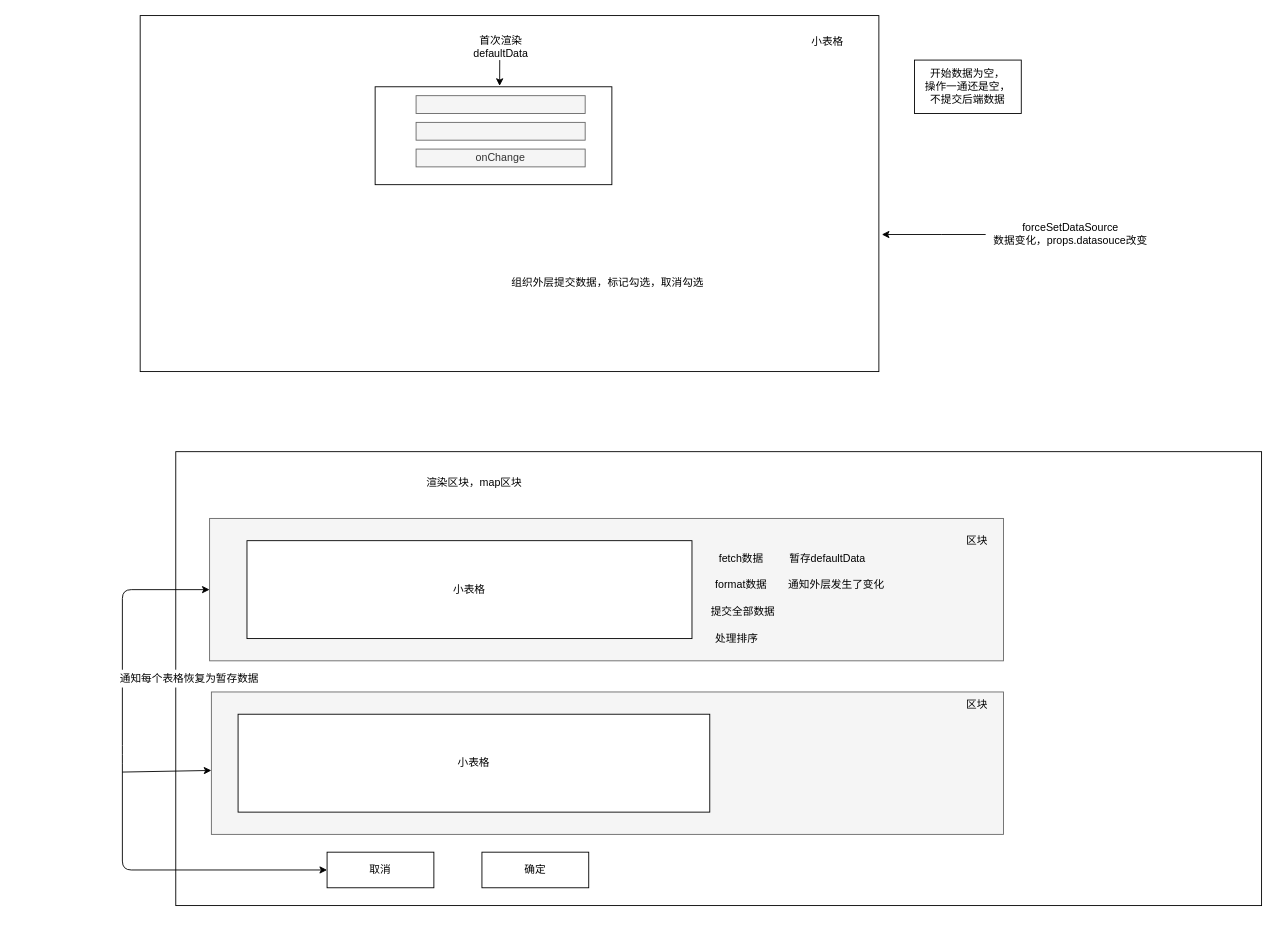
The draw.io diagram Untitled Diagram.drawio in littlelady2015/yctea, before the edit. Source tidied: cells renumbered, new cells numbered last; positions are measured from the earlier drawing's top-left corner, leaving out a move shared by most shapes. Both pictures are drawn from the tidied source at 89%, with x=0, y=0 at pixel (113, 15).
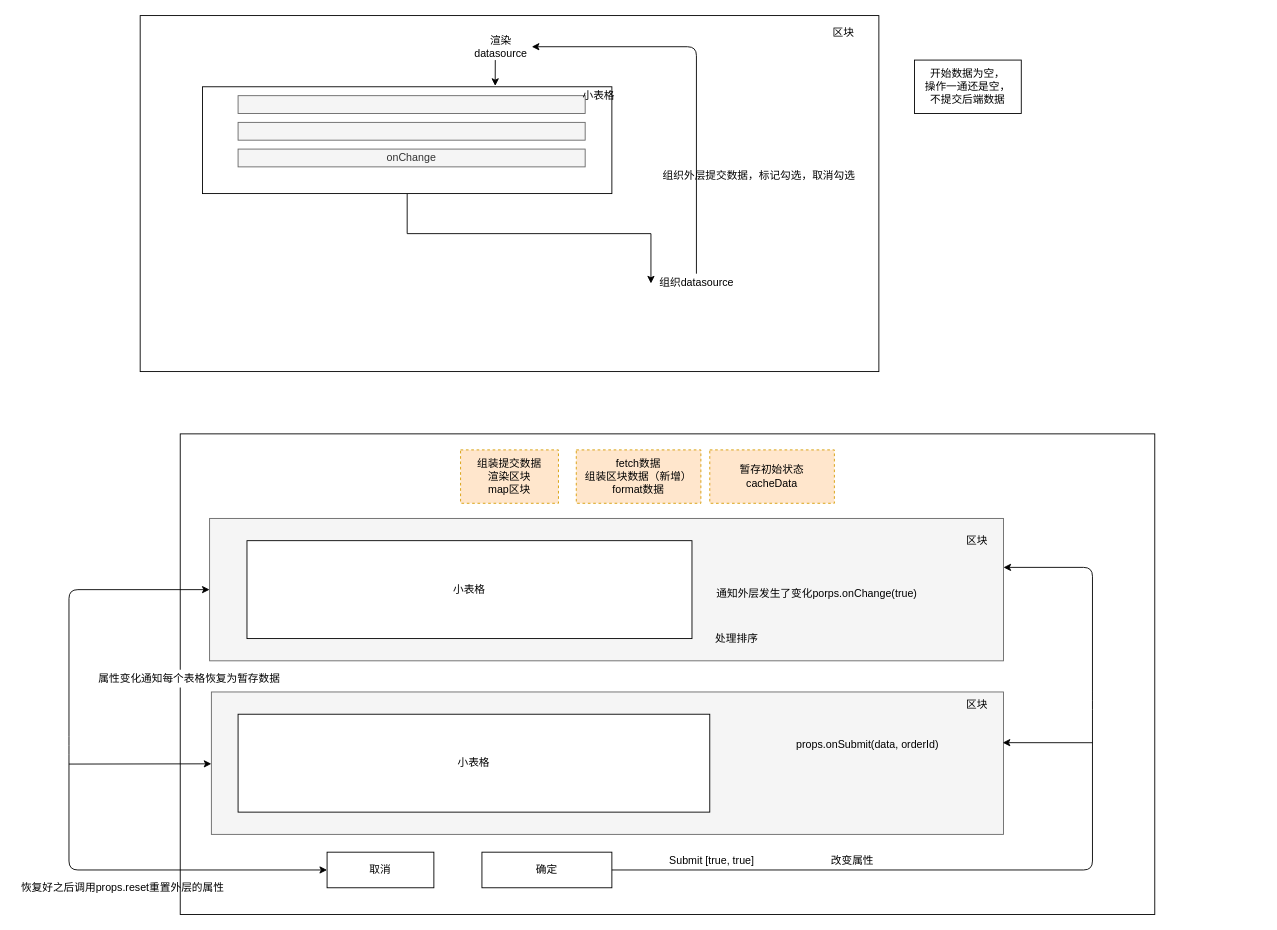
Above is the later version.

The change refers to these unchanged cells:
```xml
<mxCell id="2" style="rounded=0;whiteSpace=wrap;html=1;" parent="1" vertex="1">
  <mxGeometry x="30" width="830" height="400" as="geometry" />
</mxCell>
<mxCell id="13" style="rounded=0;whiteSpace=wrap;html=1;fillColor=#f5f5f5;strokeColor=#666666;fontColor=#333333;" parent="1" vertex="1">
  <mxGeometry x="108" y="565" width="892" height="160" as="geometry" />
</mxCell>
<mxCell id="14" style="rounded=0;whiteSpace=wrap;html=1;fillColor=#f5f5f5;strokeColor=#666666;fontColor=#333333;" parent="1" vertex="1">
  <mxGeometry x="110" y="760" width="890" height="160" as="geometry" />
</mxCell>
<mxCell id="18" value="取消" style="rounded=0;whiteSpace=wrap;html=1;" parent="1" vertex="1">
  <mxGeometry x="240" y="940" width="120" height="40" as="geometry" />
</mxCell>
```

What changed in the source:
```diff
@@
+    <mxCell id="33" style="edgeStyle=orthogonalEdgeStyle;rounded=0;jettySize=auto;html=1;exitX=0.5;exitY=1;exitDx=0;exitDy=0;entryX=-0.011;entryY=0.55;entryDx=0;entryDy=0;entryPerimeter=0;" parent="1" edge="1" source="3" target="34">
+      <mxGeometry relative="1" as="geometry" />
+    </mxCell>
     <mxCell id="3" style="rounded=0;whiteSpace=wrap;html=1;" parent="1" vertex="1">
-      <mxGeometry x="294" y="80" width="266" height="110" as="geometry" />
+      <mxGeometry x="100" y="80" width="460" height="120" as="geometry" />
     </mxCell>
     <mxCell id="4" style="rounded=0;whiteSpace=wrap;html=1;fillColor=#f5f5f5;strokeColor=#666666;fontColor=#333333;" parent="1" vertex="1">
-      <mxGeometry x="340" y="90" width="190" height="20" as="geometry" />
+      <mxGeometry x="140" y="90" width="390" height="20" as="geometry" />
     </mxCell>
     <mxCell id="5" style="rounded=0;whiteSpace=wrap;html=1;fillColor=#f5f5f5;strokeColor=#666666;fontColor=#333333;" parent="1" vertex="1">
-      <mxGeometry x="340" y="120" width="190" height="20" as="geometry" />
+      <mxGeometry x="140" y="120" width="390" height="20" as="geometry" />
     </mxCell>
     <mxCell id="6" value="onChange" style="rounded=0;whiteSpace=wrap;html=1;fillColor=#f5f5f5;strokeColor=#666666;fontColor=#333333;" parent="1" vertex="1">
-      <mxGeometry x="340" y="150" width="190" height="20" as="geometry" />
+      <mxGeometry x="140" y="150" width="390" height="20" as="geometry" />
     </mxCell>
     <mxCell id="7" style="endArrow=classic;html=1;entryX=0.526;entryY=-0.027;entryDx=0;entryDy=0;entryPerimeter=0;" parent="1" edge="1">
       <mxGeometry relative="1" as="geometry">
-        <mxPoint x="434" y="50" as="sourcePoint" />
-        <mxPoint x="433.9" y="79" as="targetPoint" />
+        <mxPoint x="429" y="50" as="sourcePoint" />
+        <mxPoint x="428.9" y="79" as="targetPoint" />
       </mxGeometry>
     </mxCell>
-    <mxCell id="8" value="首次渲染&lt;br&gt;defaultData" style="text;html=1;align=center;verticalAlign=middle;points=[];strokeColor=none;" parent="1" vertex="1">
-      <mxGeometry x="395" y="20" width="80" height="30" as="geometry" />
+    <mxCell id="8" value="渲染&lt;br&gt;datasource" style="text;html=1;align=center;verticalAlign=middle;points=[];strokeColor=none;" parent="1" vertex="1">
+      <mxGeometry x="400" y="20" width="70" height="30" as="geometry" />
     </mxCell>
     <mxCell id="9" value="组织外层提交数据，标记勾选，取消勾选" style="text;html=1;align=center;verticalAlign=middle;strokeColor=none;" parent="1" vertex="1">
-      <mxGeometry x="440" y="290" width="230" height="20" as="geometry" />
+      <mxGeometry x="610" y="170" width="230" height="20" as="geometry" />
     </mxCell>
@@
     <mxCell id="11" value="小表格" style="text;html=1;align=center;verticalAlign=middle;strokeColor=none;" parent="1" vertex="1">
-      <mxGeometry x="777" y="20" width="50" height="20" as="geometry" />
+      <mxGeometry x="520" y="80" width="50" height="20" as="geometry" />
     </mxCell>
     <mxCell id="12" style="rounded=0;whiteSpace=wrap;html=1;" parent="1" vertex="1">
-      <mxGeometry x="70" y="490" width="1220" height="510" as="geometry" />
+      <mxGeometry x="75" y="470" width="1095" height="540" as="geometry" />
     </mxCell>
@@
-    <mxCell id="15" value="渲染区块，map区块" style="text;html=1;align=center;verticalAlign=middle;strokeColor=none;" parent="1" vertex="1">
-      <mxGeometry x="345" y="515" width="120" height="20" as="geometry" />
-    </mxCell>
@@
     <mxCell id="19" value="确定" style="rounded=0;whiteSpace=wrap;html=1;" parent="1" vertex="1">
-      <mxGeometry x="414" y="940" width="120" height="40" as="geometry" />
+      <mxGeometry x="414" y="940" width="146" height="40" as="geometry" />
     </mxCell>
@@
-    <mxCell id="22" value="fetch数据" style="text;html=1;align=center;verticalAlign=middle;strokeColor=none;" parent="1" vertex="1">
-      <mxGeometry x="670" y="600" width="70" height="20" as="geometry" />
-    </mxCell>
     <mxCell id="23" style="endArrow=classic;startArrow=classic;html=1;entryX=0;entryY=0.5;entryDx=0;entryDy=0;" parent="1" edge="1" source="13" target="18">
       <mxGeometry relative="1" as="geometry">
         <Array as="points">
-          <mxPoint x="10" y="645" />
-          <mxPoint x="10" y="830" />
-          <mxPoint x="10" y="960" />
+          <mxPoint x="-50" y="645" />
+          <mxPoint x="-50" y="820" />
+          <mxPoint x="-50" y="960" />
         </Array>
       </mxGeometry>
     </mxCell>
-    <mxCell id="24" value="通知每个表格恢复为暂存数据" style="text;html=1;align=center;verticalAlign=middle;strokeColor=none;fillColor=#ffffff;" parent="1" vertex="1">
-      <mxGeometry y="735" width="170" height="20" as="geometry" />
+    <mxCell id="24" value="属性变化通知每个表格恢复为暂存数据" style="text;html=1;align=center;verticalAlign=middle;strokeColor=none;fillColor=#ffffff;" parent="1" vertex="1">
+      <mxGeometry x="-25" y="735" width="220" height="20" as="geometry" />
     </mxCell>
     <mxCell id="25" style="endArrow=classic;html=1;" parent="1" edge="1" target="14">
       <mxGeometry relative="1" as="geometry">
-        <mxPoint x="10" y="850" as="sourcePoint" />
+        <mxPoint x="-50" y="841" as="sourcePoint" />
       </mxGeometry>
     </mxCell>
-    <mxCell id="26" value="format数据" style="text;html=1;align=center;verticalAlign=middle;strokeColor=none;" parent="1" vertex="1">
-      <mxGeometry x="670" y="630" width="70" height="20" as="geometry" />
-    </mxCell>
-    <mxCell id="27" value="提交全部数据" style="text;html=1;align=center;verticalAlign=middle;strokeColor=none;" parent="1" vertex="1">
-      <mxGeometry x="662" y="660" width="90" height="20" as="geometry" />
-    </mxCell>
-    <mxCell id="28" value="暂存defaultData" style="text;html=1;align=center;verticalAlign=middle;strokeColor=none;" parent="1" vertex="1">
-      <mxGeometry x="752" y="600" width="100" height="20" as="geometry" />
-    </mxCell>
-    <mxCell id="29" style="edgeStyle=orthogonalEdgeStyle;rounded=0;jettySize=auto;html=1;entryX=1.004;entryY=0.615;entryDx=0;entryDy=0;entryPerimeter=0;" parent="1" edge="1" source="30" target="2">
-      <mxGeometry relative="1" as="geometry">
-        <Array as="points">
-          <mxPoint x="930" y="246" />
-          <mxPoint x="930" y="246" />
-        </Array>
-      </mxGeometry>
-    </mxCell>
-    <mxCell id="30" value="forceSetDataSource&lt;br&gt;数据变化，props.datasouce改变" style="text;html=1;align=center;verticalAlign=middle;points=[];strokeColor=none;" parent="1" vertex="1">
-      <mxGeometry x="980" y="230" width="190" height="30" as="geometry" />
-    </mxCell>
@@
-    <mxCell id="32" value="通知外层发生了变化" style="text;html=1;align=center;verticalAlign=middle;strokeColor=none;" parent="1" vertex="1">
-      <mxGeometry x="752" y="630" width="120" height="20" as="geometry" />
+    <mxCell id="32" value="通知外层发生了变化porps.onChange(true)" style="text;html=1;align=center;verticalAlign=middle;strokeColor=none;" parent="1" vertex="1">
+      <mxGeometry x="670" y="640" width="240" height="20" as="geometry" />
     </mxCell>
+    <mxCell id="34" value="组织datasource" style="text;html=1;align=center;verticalAlign=middle;points=[];strokeColor=none;" parent="1" vertex="1">
+      <mxGeometry x="605" y="290" width="100" height="20" as="geometry" />
+    </mxCell>
+    <mxCell id="35" style="endArrow=classic;html=1;" parent="1" edge="1" target="8">
+      <mxGeometry relative="1" as="geometry">
+        <mxPoint x="655" y="290" as="sourcePoint" />
+        <Array as="points">
+          <mxPoint x="655" y="35" />
+        </Array>
+      </mxGeometry>
+    </mxCell>
+    <mxCell id="36" value="区块" style="text;html=1;align=center;verticalAlign=middle;strokeColor=none;" parent="1" vertex="1">
+      <mxGeometry x="800" y="10" width="40" height="20" as="geometry" />
+    </mxCell>
+    <mxCell id="37" value="恢复好之后调用props.reset重置外层的属性" style="text;html=1;align=center;verticalAlign=middle;strokeColor=none;" parent="1" vertex="1">
+      <mxGeometry x="-110" y="970" width="240" height="20" as="geometry" />
+    </mxCell>
+    <mxCell id="38" style="endArrow=classic;html=1;" parent="1" edge="1">
+      <mxGeometry relative="1" as="geometry">
+        <mxPoint x="560" y="960" as="sourcePoint" />
+        <mxPoint x="1000" y="620" as="targetPoint" />
+        <Array as="points">
+          <mxPoint x="1100" y="960" />
+          <mxPoint x="1100" y="770" />
+          <mxPoint x="1100" y="620" />
+          <mxPoint x="1000" y="620" />
+        </Array>
+      </mxGeometry>
+    </mxCell>
+    <mxCell id="39" style="endArrow=classic;html=1;entryX=0.999;entryY=0.356;entryDx=0;entryDy=0;entryPerimeter=0;" parent="1" edge="1" target="14">
+      <mxGeometry relative="1" as="geometry">
+        <mxPoint x="1100" y="817" as="sourcePoint" />
+      </mxGeometry>
+    </mxCell>
+    <mxCell id="40" value="Submit [true, true]" style="text;html=1;align=center;verticalAlign=middle;strokeColor=none;" parent="1" vertex="1">
+      <mxGeometry x="617" y="940" width="110" height="20" as="geometry" />
+    </mxCell>
+    <mxCell id="41" value="改变属性" style="text;html=1;align=center;verticalAlign=middle;strokeColor=none;" parent="1" vertex="1">
+      <mxGeometry x="800" y="940" width="60" height="20" as="geometry" />
+    </mxCell>
+    <mxCell id="42" value="props.onSubmit(data, orderId)" style="text;html=1;align=center;verticalAlign=middle;strokeColor=none;" parent="1" vertex="1">
+      <mxGeometry x="757" y="810" width="180" height="20" as="geometry" />
+    </mxCell>
+    <mxCell id="43" value="组装提交数据&lt;br&gt;&lt;span&gt;渲染区块&lt;br&gt;map区块&lt;/span&gt;" style="rounded=0;whiteSpace=wrap;html=1;dashed=1;fillColor=#ffe6cc;strokeColor=#d79b00;" parent="1" vertex="1">
+      <mxGeometry x="390" y="488" width="110" height="60" as="geometry" />
+    </mxCell>
+    <mxCell id="44" value="fetch数据&lt;br&gt;组装区块数据（新增）&lt;br&gt;format数据" style="rounded=0;whiteSpace=wrap;html=1;dashed=1;fillColor=#ffe6cc;strokeColor=#d79b00;" parent="1" vertex="1">
+      <mxGeometry x="520" y="488" width="140" height="60" as="geometry" />
+    </mxCell>
+    <mxCell id="45" value="暂存初始状态&lt;br&gt;cacheData" style="rounded=0;whiteSpace=wrap;html=1;dashed=1;fillColor=#ffe6cc;strokeColor=#d79b00;" parent="1" vertex="1">
+      <mxGeometry x="670" y="488" width="140" height="60" as="geometry" />
+    </mxCell>
```
